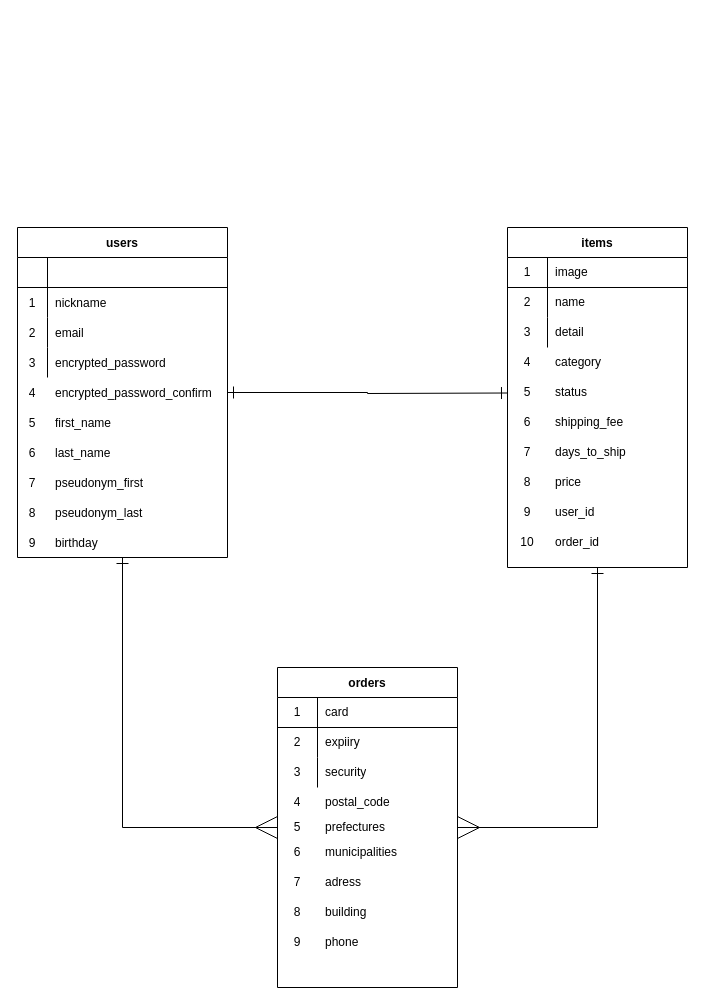
The draw.io diagram test.dio in Yusuke0507/furima-36427, before the edit. Source tidied: cells renumbered, new cells numbered last; positions are measured from the earlier drawing's top-left corner, leaving out a move shared by most shapes. Both pictures are drawn from the tidied source at 100%, with x=0, y=0 at pixel (17, 227).
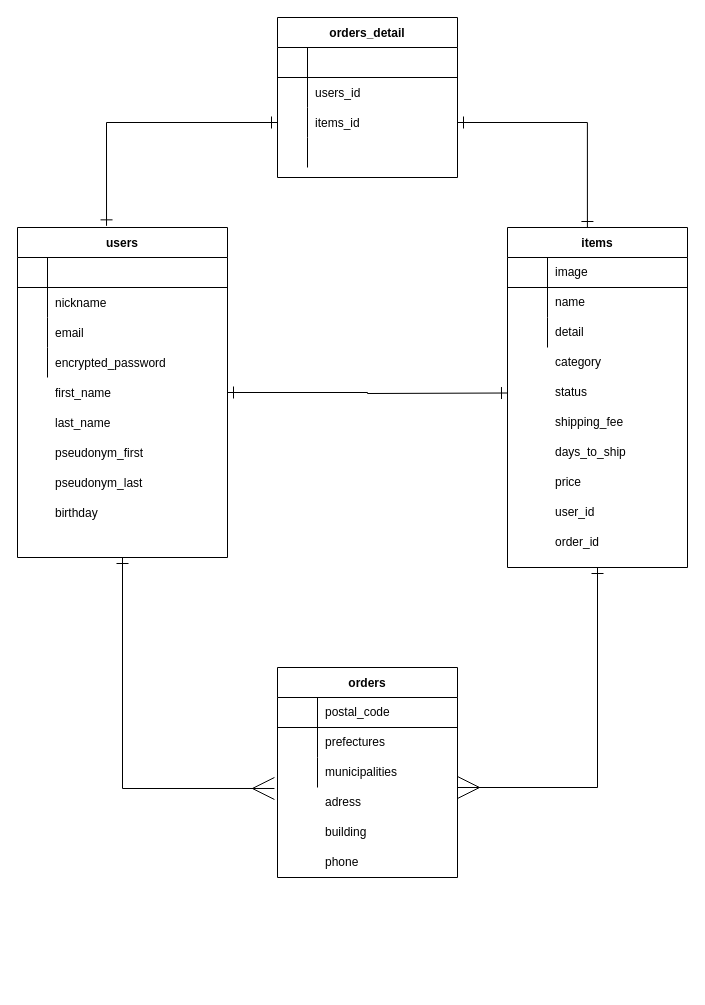
The same diagram, later.

Commit message (it also covers changes not shown here):
DB設計_修正①

Unchanged cells that the change refers to:
```xml
<mxCell id="4" value="users" style="shape=table;startSize=30;childLayout=tableLayout;rowLines=0;fontStyle=1;align=center;" parent="1" vertex="1">
  <mxGeometry width="210" height="330" as="geometry" />
</mxCell>
<mxCell id="8" style="shape=partialRectangle;fillColor=none;top=0;left=0;bottom=0;right=0;" parent="4" vertex="1">
  <mxGeometry y="60" width="210" height="30" as="geometry" />
</mxCell>
<mxCell id="11" style="shape=partialRectangle;fillColor=none;top=0;left=0;bottom=0;right=0;" parent="4" vertex="1">
  <mxGeometry y="90" width="210" height="30" as="geometry" />
</mxCell>
<mxCell id="14" style="shape=partialRectangle;fillColor=none;top=0;left=0;bottom=0;right=0;" parent="4" vertex="1">
  <mxGeometry y="120" width="210" height="30" as="geometry" />
</mxCell>
<mxCell id="24" value="items" style="shape=table;startSize=30;childLayout=tableLayout;rowLines=0;fontStyle=1;align=center;fillColor=none;" parent="1" vertex="1">
  <mxGeometry x="490" width="180" height="340" as="geometry" />
</mxCell>
<mxCell id="25" style="shape=partialRectangle;html=1;whiteSpace=wrap;fillColor=none;top=0;left=0;bottom=1;right=0;" parent="24" vertex="1">
  <mxGeometry y="30" width="180" height="30" as="geometry" />
</mxCell>
<mxCell id="28" style="shape=partialRectangle;html=1;whiteSpace=wrap;fillColor=none;top=0;left=0;bottom=0;right=0;" parent="24" vertex="1">
  <mxGeometry y="60" width="180" height="30" as="geometry" />
</mxCell>
<mxCell id="31" style="shape=partialRectangle;html=1;whiteSpace=wrap;fillColor=none;top=0;left=0;bottom=0;right=0;" parent="24" vertex="1">
  <mxGeometry y="90" width="180" height="30" as="geometry" />
</mxCell>
<mxCell id="36" style="shape=partialRectangle;html=1;whiteSpace=wrap;fillColor=none;top=0;left=0;bottom=1;right=0;" parent="35" vertex="1">
  <mxGeometry y="30" width="180" height="30" as="geometry" />
</mxCell>
<mxCell id="39" style="shape=partialRectangle;html=1;whiteSpace=wrap;fillColor=none;top=0;left=0;bottom=0;right=0;" parent="35" vertex="1">
  <mxGeometry y="60" width="180" height="30" as="geometry" />
</mxCell>
<mxCell id="42" style="shape=partialRectangle;html=1;whiteSpace=wrap;fillColor=none;top=0;left=0;bottom=0;right=0;points=[[0,0.5],[1,0.5]];portConstraint=eastwest;" parent="35" vertex="1">
  <mxGeometry y="90" width="180" height="30" as="geometry" />
</mxCell>
```

What changed in the source:
```diff
@@
-    <mxCell id="3" style="edgeStyle=orthogonalEdgeStyle;rounded=0;jettySize=auto;html=1;entryX=0;entryY=0.5;entryDx=0;entryDy=0;endArrow=ERmany;endFill=0;endSize=20;startArrow=ERone;startFill=0;startSize=10;" parent="1" edge="1" source="4" target="35">
-      <mxGeometry relative="1" as="geometry">
-        <Array as="points">
-          <mxPoint x="105" y="600" />
-        </Array>
-      </mxGeometry>
-    </mxCell>
+    <mxCell id="75" style="edgeStyle=orthogonalEdgeStyle;rounded=0;jettySize=auto;html=1;exitX=0.5;exitY=1;exitDx=0;exitDy=0;startArrow=ERone;startFill=0;endArrow=ERmany;endFill=0;startSize=10;endSize=20;entryX=-0.017;entryY=1.033;entryDx=0;entryDy=0;entryPerimeter=0;" parent="1" edge="1" source="4" target="42">
+      <mxGeometry relative="1" as="geometry">
+        <Array as="points">
+          <mxPoint x="105" y="561" />
+        </Array>
+      </mxGeometry>
+    </mxCell>
@@
-    <mxCell id="9" value="1" style="shape=partialRectangle;fillColor=none;top=0;left=0;bottom=0;right=0;overflow=hidden;" parent="8" vertex="1">
+    <mxCell id="9" style="shape=partialRectangle;fillColor=none;top=0;left=0;bottom=0;right=0;overflow=hidden;" parent="8" vertex="1">
       <mxGeometry width="30" height="30" as="geometry" />
     </mxCell>
@@
-    <mxCell id="12" value="2" style="shape=partialRectangle;fillColor=none;top=0;left=0;bottom=0;right=0;overflow=hidden;" parent="11" vertex="1">
+    <mxCell id="12" style="shape=partialRectangle;fillColor=none;top=0;left=0;bottom=0;right=0;overflow=hidden;" parent="11" vertex="1">
       <mxGeometry width="30" height="30" as="geometry" />
     </mxCell>
@@
-    <mxCell id="15" value="3" style="shape=partialRectangle;fillColor=none;top=0;left=0;bottom=0;right=0;overflow=hidden;" parent="14" vertex="1">
+    <mxCell id="15" style="shape=partialRectangle;fillColor=none;top=0;left=0;bottom=0;right=0;overflow=hidden;" parent="14" vertex="1">
       <mxGeometry width="30" height="30" as="geometry" />
     </mxCell>
@@
     <mxCell id="17" value="first_name" style="shape=partialRectangle;fillColor=none;top=0;left=0;bottom=0;right=0;align=left;spacingLeft=6;overflow=hidden;" parent="1" vertex="1">
-      <mxGeometry x="30" y="180" width="150" height="30" as="geometry" />
+      <mxGeometry x="30" y="150" width="150" height="30" as="geometry" />
     </mxCell>
     <mxCell id="18" value="birthday" style="shape=partialRectangle;fillColor=none;top=0;left=0;bottom=0;right=0;align=left;spacingLeft=6;overflow=hidden;" parent="1" vertex="1">
-      <mxGeometry x="30" y="300" width="150" height="30" as="geometry" />
+      <mxGeometry x="30" y="270" width="150" height="30" as="geometry" />
     </mxCell>
     <mxCell id="19" value="last_name" style="shape=partialRectangle;fillColor=none;top=0;left=0;bottom=0;right=0;align=left;spacingLeft=6;overflow=hidden;" parent="1" vertex="1">
-      <mxGeometry x="30" y="210" width="150" height="30" as="geometry" />
+      <mxGeometry x="30" y="180" width="150" height="30" as="geometry" />
     </mxCell>
-    <mxCell id="20" value="encrypted_password_confirm" style="shape=partialRectangle;fillColor=none;top=0;left=0;bottom=0;right=0;align=left;spacingLeft=6;overflow=hidden;" parent="1" vertex="1">
-      <mxGeometry x="30" y="150" width="170" height="30" as="geometry" />
-    </mxCell>
     <mxCell id="21" value="pseudonym_first" style="shape=partialRectangle;fillColor=none;top=0;left=0;bottom=0;right=0;align=left;spacingLeft=6;overflow=hidden;" parent="1" vertex="1">
-      <mxGeometry x="30" y="240" width="150" height="30" as="geometry" />
+      <mxGeometry x="30" y="210" width="150" height="30" as="geometry" />
     </mxCell>
     <mxCell id="22" value="pseudonym_last" style="shape=partialRectangle;fillColor=none;top=0;left=0;bottom=0;right=0;align=left;spacingLeft=6;overflow=hidden;" parent="1" vertex="1">
-      <mxGeometry x="30" y="270" width="150" height="30" as="geometry" />
+      <mxGeometry x="30" y="240" width="150" height="30" as="geometry" />
     </mxCell>
-    <mxCell id="23" style="edgeStyle=orthogonalEdgeStyle;rounded=0;jettySize=auto;html=1;exitX=0.5;exitY=1;exitDx=0;exitDy=0;startArrow=ERone;startFill=0;endArrow=ERmany;endFill=0;endSize=20;startSize=10;" parent="1" edge="1" source="24">
-      <mxGeometry relative="1" as="geometry">
-        <mxPoint x="440" y="600" as="targetPoint" />
-        <Array as="points">
-          <mxPoint x="580" y="600" />
-        </Array>
-      </mxGeometry>
-    </mxCell>
+    <mxCell id="76" style="edgeStyle=orthogonalEdgeStyle;rounded=0;jettySize=auto;html=1;exitX=0.5;exitY=1;exitDx=0;exitDy=0;startArrow=ERone;startFill=0;endArrow=ERmany;endFill=0;startSize=10;endSize=20;" parent="1" edge="1" source="24">
+      <mxGeometry relative="1" as="geometry">
+        <mxPoint x="440" y="560" as="targetPoint" />
+        <Array as="points">
+          <mxPoint x="580" y="560" />
+          <mxPoint x="580" y="560" />
+        </Array>
+      </mxGeometry>
+    </mxCell>
@@
-    <mxCell id="26" value="1" style="shape=partialRectangle;html=1;whiteSpace=wrap;fillColor=none;top=0;left=0;bottom=0;right=0;overflow=hidden;" parent="25" vertex="1">
+    <mxCell id="26" style="shape=partialRectangle;html=1;whiteSpace=wrap;fillColor=none;top=0;left=0;bottom=0;right=0;overflow=hidden;" parent="25" vertex="1">
       <mxGeometry width="40" height="30" as="geometry" />
     </mxCell>
@@
-    <mxCell id="29" value="2" style="shape=partialRectangle;html=1;whiteSpace=wrap;fillColor=none;top=0;left=0;bottom=0;right=0;overflow=hidden;" parent="28" vertex="1">
+    <mxCell id="29" style="shape=partialRectangle;html=1;whiteSpace=wrap;fillColor=none;top=0;left=0;bottom=0;right=0;overflow=hidden;" parent="28" vertex="1">
       <mxGeometry width="40" height="30" as="geometry" />
     </mxCell>
@@
-    <mxCell id="32" value="3" style="shape=partialRectangle;html=1;whiteSpace=wrap;fillColor=none;top=0;left=0;bottom=0;right=0;overflow=hidden;" parent="31" vertex="1">
+    <mxCell id="32" style="shape=partialRectangle;html=1;whiteSpace=wrap;fillColor=none;top=0;left=0;bottom=0;right=0;overflow=hidden;" parent="31" vertex="1">
       <mxGeometry width="40" height="30" as="geometry" />
     </mxCell>
@@
-    <mxCell id="34" value="4" style="shape=partialRectangle;fillColor=none;top=0;left=0;bottom=0;right=0;overflow=hidden;" parent="1" vertex="1">
-      <mxGeometry y="150" width="30" height="30" as="geometry" />
-    </mxCell>
     <mxCell id="35" value="orders" style="shape=table;startSize=30;childLayout=tableLayout;rowLines=0;fontStyle=1;align=center;fillColor=none;" parent="1" vertex="1">
-      <mxGeometry x="260" y="440" width="180" height="320" as="geometry" />
+      <mxGeometry x="260" y="440" width="180" height="210" as="geometry" />
     </mxCell>
@@
-    <mxCell id="37" value="1" style="shape=partialRectangle;html=1;whiteSpace=wrap;fillColor=none;top=0;left=0;bottom=0;right=0;overflow=hidden;" parent="36" vertex="1">
+    <mxCell id="37" style="shape=partialRectangle;html=1;whiteSpace=wrap;fillColor=none;top=0;left=0;bottom=0;right=0;overflow=hidden;" parent="36" vertex="1">
       <mxGeometry width="40" height="30" as="geometry" />
     </mxCell>
-    <mxCell id="38" value="card" style="shape=partialRectangle;html=1;whiteSpace=wrap;fillColor=none;top=0;left=0;bottom=0;right=0;align=left;spacingLeft=6;overflow=hidden;" parent="36" vertex="1">
+    <mxCell id="38" style="shape=partialRectangle;html=1;whiteSpace=wrap;fillColor=none;top=0;left=0;bottom=0;right=0;align=left;spacingLeft=6;overflow=hidden;" parent="36" vertex="1">
       <mxGeometry x="40" width="140" height="30" as="geometry" />
     </mxCell>
@@
-    <mxCell id="40" value="2" style="shape=partialRectangle;html=1;whiteSpace=wrap;fillColor=none;top=0;left=0;bottom=0;right=0;overflow=hidden;" parent="39" vertex="1">
+    <mxCell id="40" style="shape=partialRectangle;html=1;whiteSpace=wrap;fillColor=none;top=0;left=0;bottom=0;right=0;overflow=hidden;" parent="39" vertex="1">
       <mxGeometry width="40" height="30" as="geometry" />
     </mxCell>
-    <mxCell id="41" value="expiiry" style="shape=partialRectangle;html=1;whiteSpace=wrap;fillColor=none;top=0;left=0;bottom=0;right=0;align=left;spacingLeft=6;overflow=hidden;" parent="39" vertex="1">
+    <mxCell id="41" style="shape=partialRectangle;html=1;whiteSpace=wrap;fillColor=none;top=0;left=0;bottom=0;right=0;align=left;spacingLeft=6;overflow=hidden;" parent="39" vertex="1">
       <mxGeometry x="40" width="140" height="30" as="geometry" />
     </mxCell>
@@
-    <mxCell id="43" value="3" style="shape=partialRectangle;html=1;whiteSpace=wrap;fillColor=none;top=0;left=0;bottom=0;right=0;overflow=hidden;" parent="42" vertex="1">
+    <mxCell id="43" style="shape=partialRectangle;html=1;whiteSpace=wrap;fillColor=none;top=0;left=0;bottom=0;right=0;overflow=hidden;" parent="42" vertex="1">
       <mxGeometry width="40" height="30" as="geometry" />
     </mxCell>
-    <mxCell id="44" value="security" style="shape=partialRectangle;html=1;whiteSpace=wrap;fillColor=none;top=0;left=0;bottom=0;right=0;align=left;spacingLeft=6;overflow=hidden;" parent="42" vertex="1">
+    <mxCell id="44" style="shape=partialRectangle;html=1;whiteSpace=wrap;fillColor=none;top=0;left=0;bottom=0;right=0;align=left;spacingLeft=6;overflow=hidden;" parent="42" vertex="1">
       <mxGeometry x="40" width="140" height="30" as="geometry" />
     </mxCell>
-    <mxCell id="45" value="5" style="shape=partialRectangle;fillColor=none;top=0;left=0;bottom=0;right=0;overflow=hidden;" parent="1" vertex="1">
-      <mxGeometry y="180" width="30" height="30" as="geometry" />
-    </mxCell>
-    <mxCell id="46" value="9" style="shape=partialRectangle;fillColor=none;top=0;left=0;bottom=0;right=0;overflow=hidden;" parent="1" vertex="1">
-      <mxGeometry y="300" width="30" height="30" as="geometry" />
-    </mxCell>
-    <mxCell id="47" value="6" style="shape=partialRectangle;fillColor=none;top=0;left=0;bottom=0;right=0;overflow=hidden;" parent="1" vertex="1">
-      <mxGeometry y="210" width="30" height="30" as="geometry" />
-    </mxCell>
-    <mxCell id="48" value="7" style="shape=partialRectangle;fillColor=none;top=0;left=0;bottom=0;right=0;overflow=hidden;" parent="1" vertex="1">
-      <mxGeometry y="240" width="30" height="30" as="geometry" />
-    </mxCell>
-    <mxCell id="49" value="8" style="shape=partialRectangle;fillColor=none;top=0;left=0;bottom=0;right=0;overflow=hidden;" parent="1" vertex="1">
-      <mxGeometry y="270" width="30" height="30" as="geometry" />
-    </mxCell>
@@
-    <mxCell id="57" value="4" style="shape=partialRectangle;html=1;whiteSpace=wrap;fillColor=none;top=0;left=0;bottom=0;right=0;overflow=hidden;" parent="1" vertex="1">
-      <mxGeometry x="490" y="120" width="40" height="30" as="geometry" />
-    </mxCell>
-    <mxCell id="58" value="5" style="shape=partialRectangle;html=1;whiteSpace=wrap;fillColor=none;top=0;left=0;bottom=0;right=0;overflow=hidden;" parent="1" vertex="1">
-      <mxGeometry x="490" y="150" width="40" height="30" as="geometry" />
-    </mxCell>
-    <mxCell id="59" value="6" style="shape=partialRectangle;html=1;whiteSpace=wrap;fillColor=none;top=0;left=0;bottom=0;right=0;overflow=hidden;" parent="1" vertex="1">
-      <mxGeometry x="490" y="180" width="40" height="30" as="geometry" />
-    </mxCell>
-    <mxCell id="60" value="7" style="shape=partialRectangle;html=1;whiteSpace=wrap;fillColor=none;top=0;left=0;bottom=0;right=0;overflow=hidden;" parent="1" vertex="1">
-      <mxGeometry x="490" y="210" width="40" height="30" as="geometry" />
-    </mxCell>
-    <mxCell id="61" value="8" style="shape=partialRectangle;html=1;whiteSpace=wrap;fillColor=none;top=0;left=0;bottom=0;right=0;overflow=hidden;" parent="1" vertex="1">
-      <mxGeometry x="490" y="240" width="40" height="30" as="geometry" />
-    </mxCell>
-    <mxCell id="62" value="9" style="shape=partialRectangle;html=1;whiteSpace=wrap;fillColor=none;top=0;left=0;bottom=0;right=0;overflow=hidden;" parent="1" vertex="1">
-      <mxGeometry x="490" y="270" width="40" height="30" as="geometry" />
-    </mxCell>
-    <mxCell id="63" value="10" style="shape=partialRectangle;html=1;whiteSpace=wrap;fillColor=none;top=0;left=0;bottom=0;right=0;overflow=hidden;" parent="1" vertex="1">
-      <mxGeometry x="490" y="300" width="40" height="30" as="geometry" />
-    </mxCell>
     <mxCell id="64" value="postal_code" style="shape=partialRectangle;html=1;whiteSpace=wrap;fillColor=none;top=0;left=0;bottom=0;right=0;align=left;spacingLeft=6;overflow=hidden;" parent="1" vertex="1">
-      <mxGeometry x="300" y="560" width="140" height="30" as="geometry" />
+      <mxGeometry x="300" y="470" width="140" height="30" as="geometry" />
     </mxCell>
     <mxCell id="65" value="prefectures" style="shape=partialRectangle;html=1;whiteSpace=wrap;fillColor=none;top=0;left=0;bottom=0;right=0;align=left;spacingLeft=6;overflow=hidden;" parent="1" vertex="1">
-      <mxGeometry x="300" y="585" width="140" height="30" as="geometry" />
+      <mxGeometry x="300" y="500" width="140" height="30" as="geometry" />
     </mxCell>
     <mxCell id="66" value="municipalities" style="shape=partialRectangle;html=1;whiteSpace=wrap;fillColor=none;top=0;left=0;bottom=0;right=0;align=left;spacingLeft=6;overflow=hidden;" parent="1" vertex="1">
-      <mxGeometry x="300" y="610" width="140" height="30" as="geometry" />
+      <mxGeometry x="300" y="530" width="140" height="30" as="geometry" />
     </mxCell>
     <mxCell id="67" value="adress" style="shape=partialRectangle;html=1;whiteSpace=wrap;fillColor=none;top=0;left=0;bottom=0;right=0;align=left;spacingLeft=6;overflow=hidden;" parent="1" vertex="1">
-      <mxGeometry x="300" y="640" width="140" height="30" as="geometry" />
+      <mxGeometry x="300" y="560" width="140" height="30" as="geometry" />
     </mxCell>
     <mxCell id="68" value="building" style="shape=partialRectangle;html=1;whiteSpace=wrap;fillColor=none;top=0;left=0;bottom=0;right=0;align=left;spacingLeft=6;overflow=hidden;" parent="1" vertex="1">
-      <mxGeometry x="300" y="670" width="140" height="30" as="geometry" />
+      <mxGeometry x="300" y="590" width="140" height="30" as="geometry" />
     </mxCell>
     <mxCell id="69" value="phone" style="shape=partialRectangle;html=1;whiteSpace=wrap;fillColor=none;top=0;left=0;bottom=0;right=0;align=left;spacingLeft=6;overflow=hidden;" parent="1" vertex="1">
-      <mxGeometry x="300" y="700" width="140" height="30" as="geometry" />
+      <mxGeometry x="300" y="620" width="140" height="30" as="geometry" />
     </mxCell>
-    <mxCell id="70" value="4" style="shape=partialRectangle;html=1;whiteSpace=wrap;fillColor=none;top=0;left=0;bottom=0;right=0;overflow=hidden;" parent="1" vertex="1">
-      <mxGeometry x="260" y="560" width="40" height="30" as="geometry" />
-    </mxCell>
-    <mxCell id="71" value="5" style="shape=partialRectangle;html=1;whiteSpace=wrap;fillColor=none;top=0;left=0;bottom=0;right=0;overflow=hidden;" parent="1" vertex="1">
-      <mxGeometry x="260" y="585" width="40" height="30" as="geometry" />
-    </mxCell>
-    <mxCell id="72" value="6" style="shape=partialRectangle;html=1;whiteSpace=wrap;fillColor=none;top=0;left=0;bottom=0;right=0;overflow=hidden;" parent="1" vertex="1">
-      <mxGeometry x="260" y="610" width="40" height="30" as="geometry" />
-    </mxCell>
-    <mxCell id="73" value="7" style="shape=partialRectangle;html=1;whiteSpace=wrap;fillColor=none;top=0;left=0;bottom=0;right=0;overflow=hidden;" parent="1" vertex="1">
-      <mxGeometry x="260" y="640" width="40" height="30" as="geometry" />
-    </mxCell>
-    <mxCell id="74" value="8" style="shape=partialRectangle;html=1;whiteSpace=wrap;fillColor=none;top=0;left=0;bottom=0;right=0;overflow=hidden;" parent="1" vertex="1">
-      <mxGeometry x="260" y="670" width="40" height="30" as="geometry" />
-    </mxCell>
-    <mxCell id="75" value="9" style="shape=partialRectangle;html=1;whiteSpace=wrap;fillColor=none;top=0;left=0;bottom=0;right=0;overflow=hidden;" parent="1" vertex="1">
-      <mxGeometry x="260" y="700" width="40" height="30" as="geometry" />
-    </mxCell>
+    <mxCell id="77" value="orders_detail" style="shape=table;startSize=30;childLayout=tableLayout;rowLines=0;fontStyle=1;align=center;" parent="1" vertex="1">
+      <mxGeometry x="260" y="-210" width="180" height="160" as="geometry" />
+    </mxCell>
+    <mxCell id="78" style="shape=partialRectangle;fillColor=none;top=0;left=0;bottom=1;right=0;" parent="77" vertex="1">
+      <mxGeometry y="30" width="180" height="30" as="geometry" />
+    </mxCell>
+    <mxCell id="79" style="shape=partialRectangle;fillColor=none;top=0;left=0;bottom=0;right=0;fontStyle=1;overflow=hidden;" parent="78" vertex="1">
+      <mxGeometry width="30" height="30" as="geometry" />
+    </mxCell>
+    <mxCell id="80" style="shape=partialRectangle;fillColor=none;top=0;left=0;bottom=0;right=0;align=left;spacingLeft=6;fontStyle=5;overflow=hidden;" parent="78" vertex="1">
+      <mxGeometry x="30" width="150" height="30" as="geometry" />
+    </mxCell>
+    <mxCell id="81" style="shape=partialRectangle;fillColor=none;top=0;left=0;bottom=0;right=0;" parent="77" vertex="1">
+      <mxGeometry y="60" width="180" height="30" as="geometry" />
+    </mxCell>
+    <mxCell id="82" style="shape=partialRectangle;fillColor=none;top=0;left=0;bottom=0;right=0;overflow=hidden;" parent="81" vertex="1">
+      <mxGeometry width="30" height="30" as="geometry" />
+    </mxCell>
+    <mxCell id="83" value="users_id" style="shape=partialRectangle;fillColor=none;top=0;left=0;bottom=0;right=0;align=left;spacingLeft=6;overflow=hidden;" parent="81" vertex="1">
+      <mxGeometry x="30" width="150" height="30" as="geometry" />
+    </mxCell>
+    <mxCell id="84" style="shape=partialRectangle;fillColor=none;top=0;left=0;bottom=0;right=0;points=[[0,0.5],[1,0.5]];portConstraint=eastwest;" parent="77" vertex="1">
+      <mxGeometry y="90" width="180" height="30" as="geometry" />
+    </mxCell>
+    <mxCell id="85" style="shape=partialRectangle;fillColor=none;top=0;left=0;bottom=0;right=0;overflow=hidden;" parent="84" vertex="1">
+      <mxGeometry width="30" height="30" as="geometry" />
+    </mxCell>
+    <mxCell id="86" value="items_id" style="shape=partialRectangle;fillColor=none;top=0;left=0;bottom=0;right=0;align=left;spacingLeft=6;overflow=hidden;" parent="84" vertex="1">
+      <mxGeometry x="30" width="150" height="30" as="geometry" />
+    </mxCell>
+    <mxCell id="87" style="shape=partialRectangle;fillColor=none;top=0;left=0;bottom=0;right=0;" parent="77" vertex="1">
+      <mxGeometry y="120" width="180" height="30" as="geometry" />
+    </mxCell>
+    <mxCell id="88" style="shape=partialRectangle;fillColor=none;top=0;left=0;bottom=0;right=0;overflow=hidden;" parent="87" vertex="1">
+      <mxGeometry width="30" height="30" as="geometry" />
+    </mxCell>
+    <mxCell id="89" style="shape=partialRectangle;fillColor=none;top=0;left=0;bottom=0;right=0;align=left;spacingLeft=6;overflow=hidden;" parent="87" vertex="1">
+      <mxGeometry x="30" width="150" height="30" as="geometry" />
+    </mxCell>
+    <mxCell id="90" style="edgeStyle=orthogonalEdgeStyle;rounded=0;jettySize=auto;html=1;exitX=1;exitY=0.5;exitDx=0;exitDy=0;entryX=0.444;entryY=0;entryDx=0;entryDy=0;entryPerimeter=0;startArrow=ERone;startFill=0;endArrow=ERone;endFill=0;startSize=10;endSize=10;" parent="1" edge="1" source="84" target="24">
+      <mxGeometry relative="1" as="geometry" />
+    </mxCell>
+    <mxCell id="91" style="edgeStyle=orthogonalEdgeStyle;rounded=0;jettySize=auto;html=1;exitX=0;exitY=0.5;exitDx=0;exitDy=0;entryX=0.424;entryY=-0.005;entryDx=0;entryDy=0;entryPerimeter=0;startArrow=ERone;startFill=0;endArrow=ERone;endFill=0;startSize=10;endSize=10;" parent="1" edge="1" source="84" target="4">
+      <mxGeometry relative="1" as="geometry" />
+    </mxCell>
```
